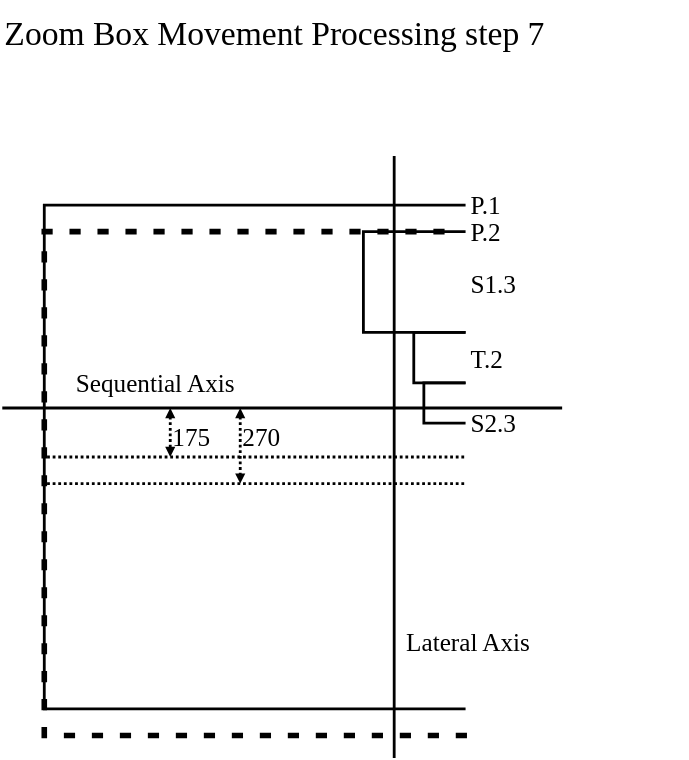
The draw.io diagram documents/Specification/07ZoomBoxMovement/MoveProcessing07.svg in dasher-project/dasher-web, before a commit. Source tidied: cells renumbered, new cells last; positions are measured from the earlier drawing's top-left corner, leaving out a move shared by most shapes.
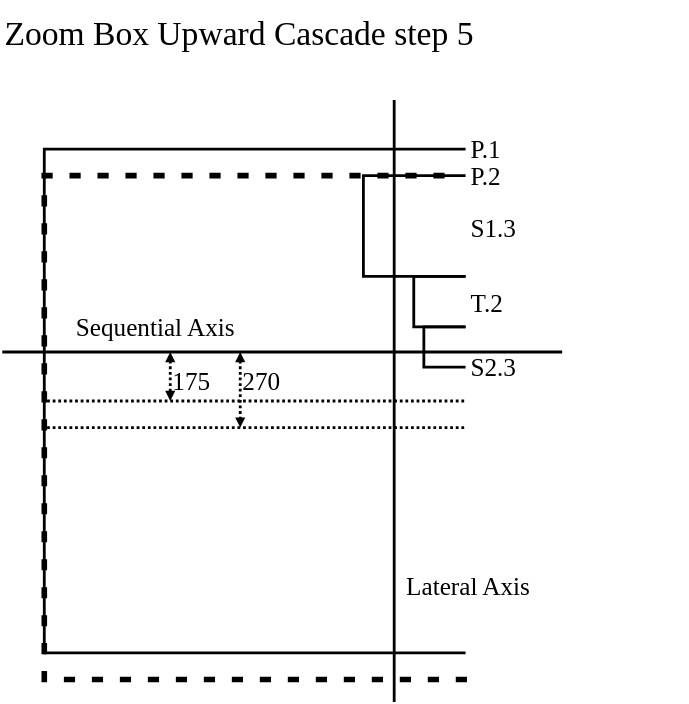
Later version of the same file.

The edit, as a diff of the source:
```diff
@@ -2,8 +2,8 @@
   <root>
     <mxCell id="0" />
     <mxCell id="1" parent="0" />
-    <mxCell id="2" value="Zoom Box Movement Processing step 7" style="rounded=0;shadow=0;comic=0;labelBackgroundColor=none;strokeWidth=2;fillColor=none;fontFamily=Verdana;fontSize=24;align=left;arcSize=20;spacingTop=0;spacingLeft=0;spacing=2;spacingBottom=0;spacingRight=0;strokeColor=none;" parent="1" vertex="1">
-      <mxGeometry width="490" height="40" as="geometry" />
+    <mxCell id="2" value="Zoom Box Upward Cascade step 5" style="rounded=0;shadow=0;comic=0;labelBackgroundColor=none;strokeWidth=2;fillColor=none;fontFamily=Verdana;fontSize=24;align=left;arcSize=20;spacingTop=0;spacingLeft=0;spacing=2;spacingBottom=0;spacingRight=0;strokeColor=none;" parent="1" vertex="1">
+      <mxGeometry y="40" width="490" height="40" as="geometry" />
     </mxCell>
     <mxCell id="3" value="Lateral Axis" style="endArrow=none;fontSize=18;strokeWidth=2;endFill=0;endSize=10;labelBackgroundColor=none;spacingTop=0;align=left;rounded=0;elbow=vertical;fontFamily=Verdana;startArrow=none;startFill=0;spacing=9;verticalAlign=bottom;" parent="1" edge="1">
       <mxGeometry x="0.7" relative="1" as="geometry">
```
